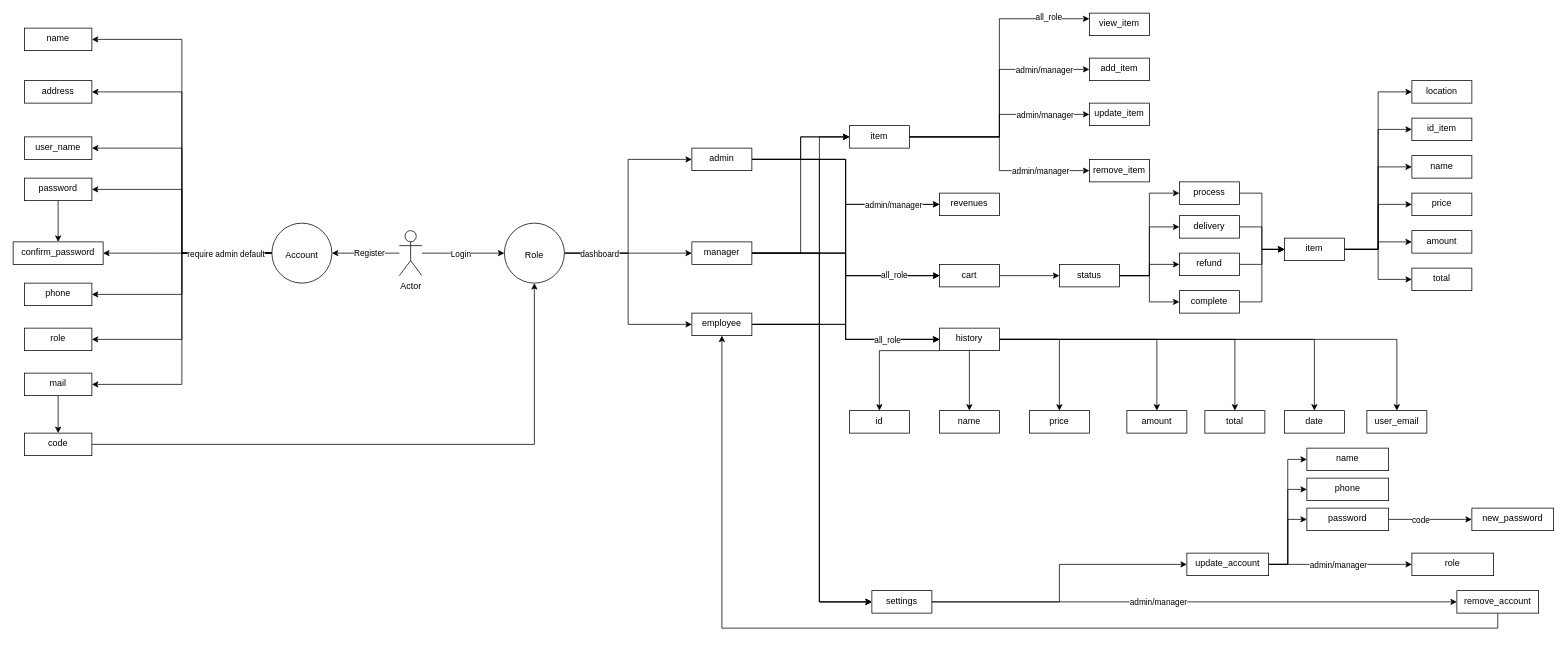
Before: diagram/dashboard.drawio in quanber123/stores-api, a draw.io diagram. Source tidied: cells renumbered, new cells numbered last; positions are measured from the earlier drawing's top-left corner, leaving out a move shared by most shapes. Both pictures are drawn from the tidied source at 75%, with x=0, y=0 at pixel (13, 13).
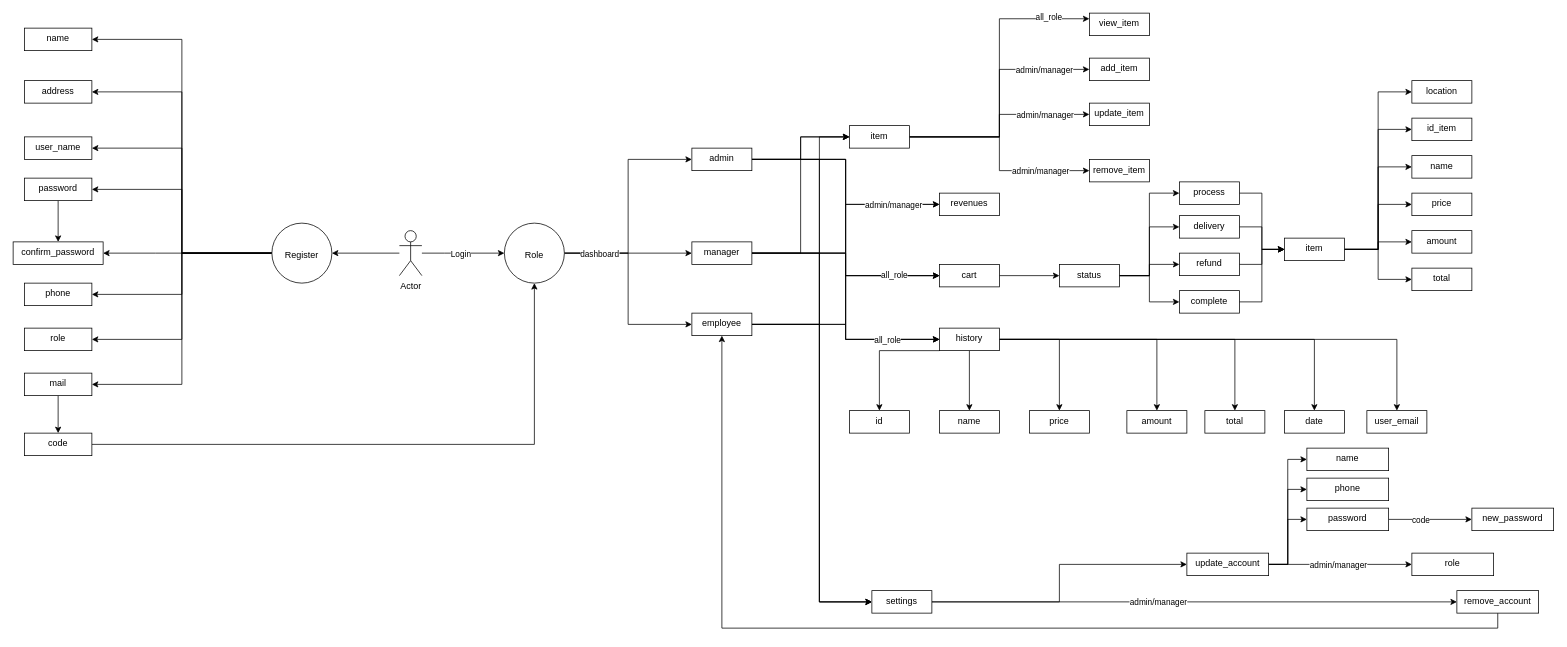
The same diagram, later.

Commit message:
Cập nhật dashboard.drawio

The change refers to these unchanged cells:
```xml
<mxCell id="4" style="edgeStyle=orthogonalEdgeStyle;rounded=0;jettySize=auto;html=1;" parent="1" edge="1" source="6" target="30">
  <mxGeometry relative="1" as="geometry" />
</mxCell>
```

Change to the diagram source:
```diff
@@
-    <mxCell id="5" value="Register" style="edgeLabel;html=1;align=center;verticalAlign=middle;" parent="4" vertex="1">
-      <mxGeometry x="-0.08" y="-1" relative="1" as="geometry" />
-    </mxCell>
@@
-    <mxCell id="30" value="&lt;br&gt;&lt;br&gt;Account" style="ellipse;whiteSpace=wrap;html=1;verticalAlign=top;" parent="1" vertex="1">
+    <mxCell id="30" value="&lt;br&gt;&lt;br&gt;Register" style="ellipse;whiteSpace=wrap;html=1;verticalAlign=top;" parent="1" vertex="1">
       <mxGeometry x="345" y="280" width="80" height="80" as="geometry" />
     </mxCell>
@@
-    <mxCell id="129" value="require admin default" style="edgeLabel;html=1;align=center;verticalAlign=middle;" parent="1" vertex="1">
-      <mxGeometry x="425" y="330" as="geometry">
-        <mxPoint x="-142" y="-9" as="offset" />
-      </mxGeometry>
-    </mxCell>
```
